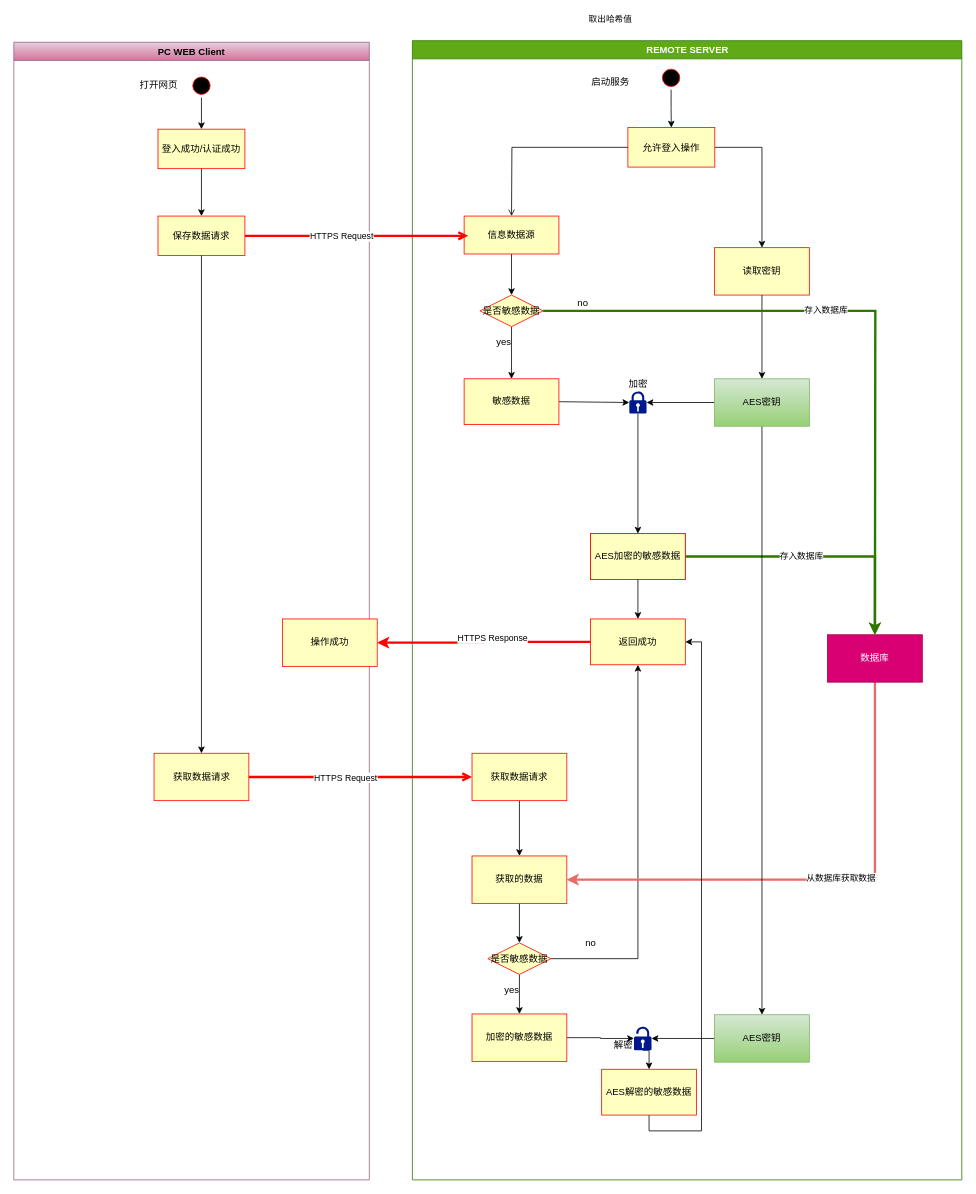
Above: RCS APP/gaia数据加解密流程.drawio in uyuy2043/yy (draw.io), before the change. Source tidied: cells renumbered, new cells numbered last; positions are measured from the earlier drawing's top-left corner, leaving out a move shared by most shapes. Both pictures are drawn from the tidied source at 79%, with x=0, y=0 at pixel (13, 40).
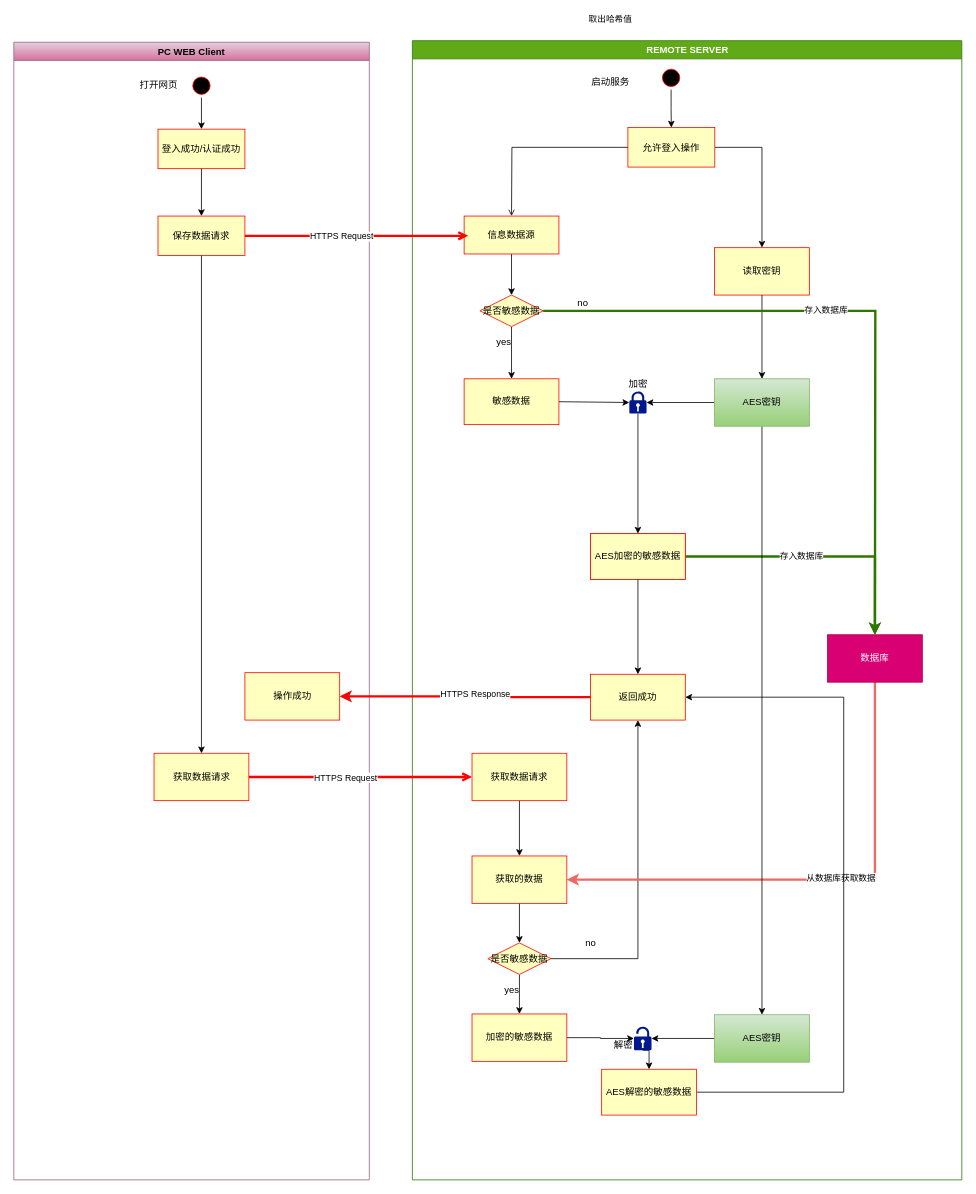
The same page after the edit.

Commit message (it also covers changes not shown here):
Update gaia数据加解密流程.drawio

The change refers to these unchanged cells:
```xml
<mxCell id="2" value="PC WEB Client" style="swimlane;whiteSpace=wrap;fillColor=#e6d0de;strokeColor=#996185;labelPosition=center;verticalLabelPosition=middle;align=center;verticalAlign=middle;gradientColor=#d5739d;" parent="1" vertex="1">
  <mxGeometry y="2" width="450" height="1440" as="geometry" />
</mxCell>
<mxCell id="12" value="REMOTE SERVER" style="swimlane;whiteSpace=wrap;fillColor=#60a917;strokeColor=#2D7600;fontColor=#ffffff;" parent="1" vertex="1">
  <mxGeometry x="504.5" width="695.5" height="1442" as="geometry" />
</mxCell>
<mxCell id="43" value="AES解密的敏感数据" style="whiteSpace=wrap;html=1;strokeColor=#ff0000;fillColor=#ffffc0;" parent="12" vertex="1">
  <mxGeometry x="239.6" y="1302" width="120" height="58" as="geometry" />
</mxCell>
```

The edit, as a diff of the source:
```diff
@@
     <mxCell id="9" value="操作成功" style="whiteSpace=wrap;html=1;strokeColor=#ff0000;fillColor=#ffffc0;" parent="2" vertex="1">
-      <mxGeometry x="340" y="730" width="120" height="60" as="geometry" />
+      <mxGeometry x="292.5" y="798" width="120" height="60" as="geometry" />
     </mxCell>
@@
-    <mxCell id="42" style="edgeStyle=orthogonalEdgeStyle;rounded=0;jettySize=auto;html=1;exitX=0.5;exitY=1;exitDx=0;exitDy=0;entryX=1;entryY=0.5;entryDx=0;entryDy=0;" parent="12" edge="1" source="43" target="48">
+    <mxCell id="42" style="edgeStyle=orthogonalEdgeStyle;rounded=0;jettySize=auto;html=1;exitX=1;exitY=0.5;exitDx=0;exitDy=0;entryX=1;entryY=0.5;entryDx=0;entryDy=0;" parent="12" edge="1" source="43" target="48">
       <mxGeometry relative="1" as="geometry">
         <Array as="points">
-          <mxPoint x="300" y="1380" />
-          <mxPoint x="366" y="1380" />
-          <mxPoint x="366" y="761" />
+          <mxPoint x="546" y="1331" />
+          <mxPoint x="546" y="831" />
         </Array>
       </mxGeometry>
     </mxCell>
@@
     <mxCell id="48" value="返回成功" style="whiteSpace=wrap;html=1;strokeColor=#ff0000;fillColor=#ffffc0;" parent="12" vertex="1">
-      <mxGeometry x="225.5" y="732" width="120" height="58" as="geometry" />
+      <mxGeometry x="225.5" y="802" width="120" height="58" as="geometry" />
     </mxCell>
```
